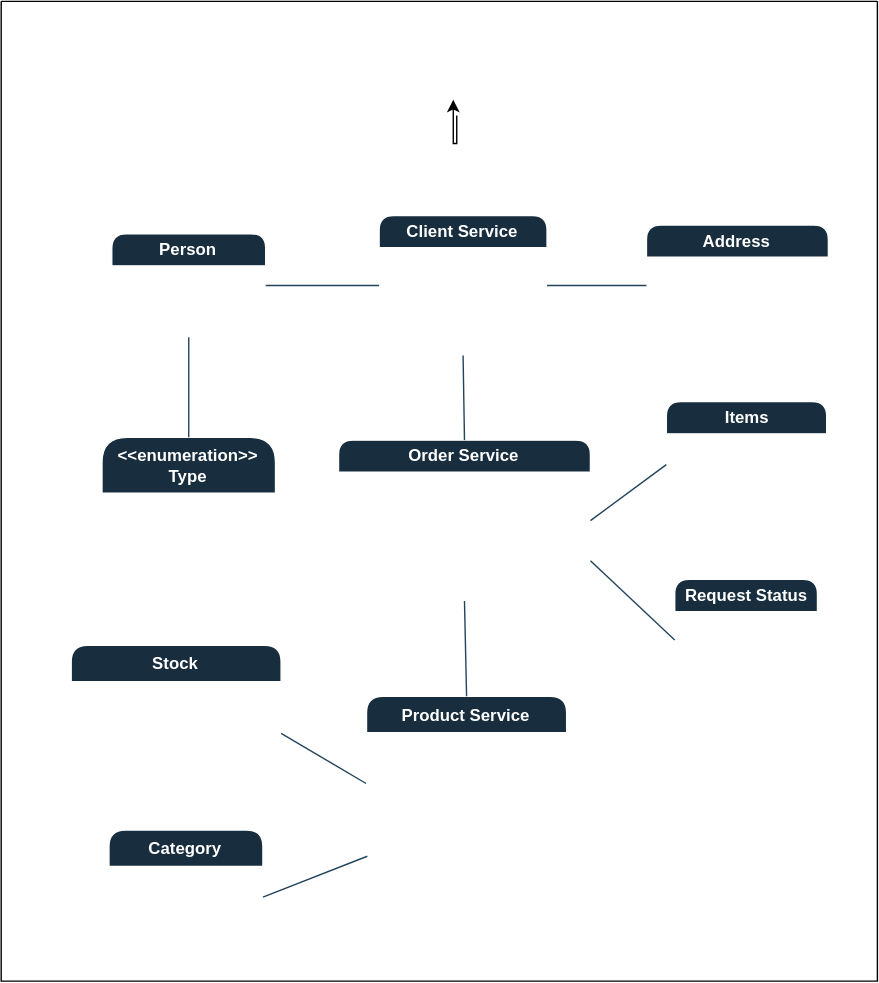
romulomotadev/portfolio-msorderservice-v2 keeps this draw.io diagram as docs/diagram-msorderservice-apis.svg. Above is the earlier version. Source tidied: cells renumbered, new cells last; positions are measured from the earlier drawing's top-left corner, leaving out a move shared by most shapes.
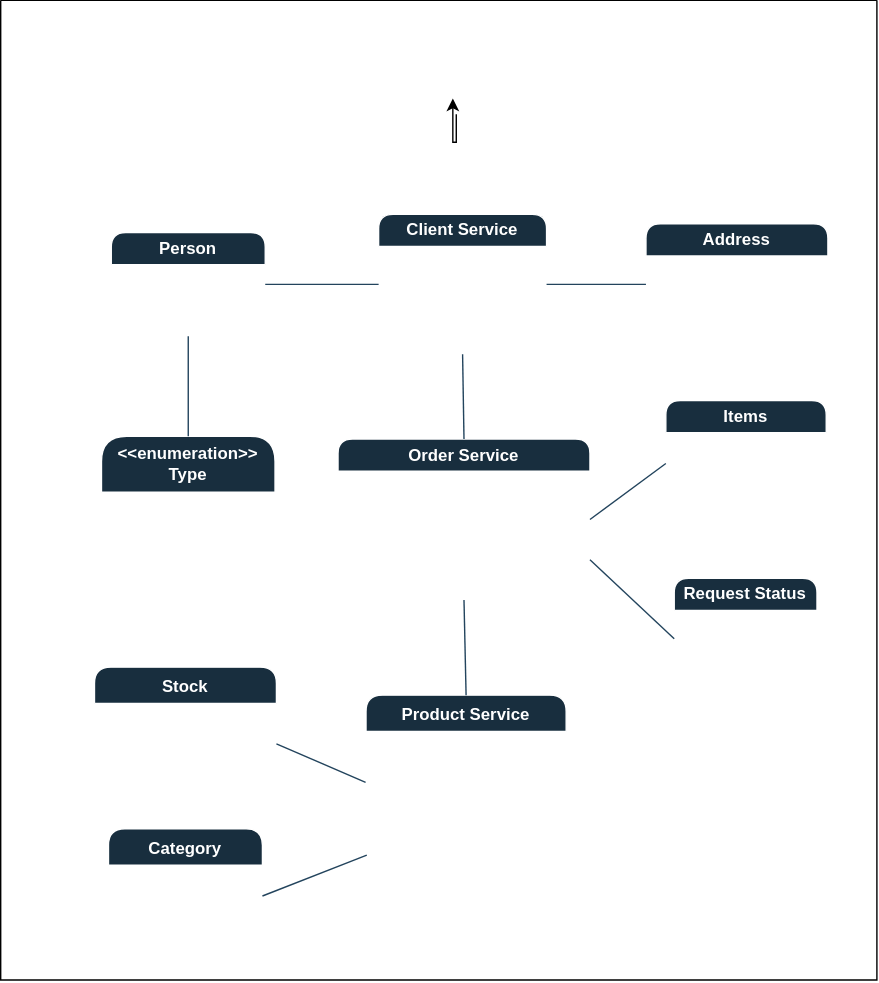
Above is the later version.

Diff of the diagram source:
```diff
@@ -102,13 +102,13 @@
       <mxGeometry relative="1" as="geometry" />
     </mxCell>
     <mxCell id="34" value="Stock" style="swimlane;fontStyle=1;align=center;verticalAlign=top;horizontal=1;startSize=26;whiteSpace=wrap;html=1;rounded=1;labelBorderColor=none;labelBackgroundColor=none;fillColor=light-dark(#182E3E,#FFF2CC);strokeColor=#FFFFFF;fontColor=#FFFFFF;" parent="2" vertex="1">
-      <mxGeometry x="50" y="460" width="150" height="100" as="geometry" />
+      <mxGeometry x="67" y="476.5" width="130" height="83.5" as="geometry" />
     </mxCell>
-    <mxCell id="35" value="&lt;div&gt;- &lt;span style=&quot;background-color: transparent;&quot;&gt;&amp;lt;&amp;lt;pk&amp;gt;&amp;gt;&lt;/span&gt;&lt;span style=&quot;background-color: transparent;&quot;&gt;id: Long&lt;/span&gt;&lt;span style=&quot;font-size: 12px;&quot;&gt;&lt;/span&gt;&lt;/div&gt;&lt;div&gt;&lt;span style=&quot;font-size: 12px;&quot;&gt;- productId: Long&lt;/span&gt;&lt;/div&gt;&lt;div&gt;&lt;span style=&quot;font-size: 12px;&quot;&gt;- quantity: Integer&lt;/span&gt;&lt;/div&gt;&lt;div&gt;&lt;span style=&quot;font-size: 12px;&quot;&gt;- minimumStock: Integer&lt;/span&gt;&lt;/div&gt;&lt;div&gt;&lt;br&gt;&lt;/div&gt;" style="text;strokeColor=none;fillColor=none;align=left;verticalAlign=top;spacingLeft=4;spacingRight=4;overflow=hidden;points=[[0,0.5],[1,0.5]];portConstraint=eastwest;whiteSpace=wrap;html=1;rounded=1;labelBorderColor=none;labelBackgroundColor=none;fontColor=#FFFFFF;" parent="34" vertex="1">
-      <mxGeometry y="26" width="150" height="74" as="geometry" />
+    <mxCell id="35" value="&lt;div&gt;- &lt;span style=&quot;background-color: transparent;&quot;&gt;&amp;lt;&amp;lt;pk&amp;gt;&amp;gt;&lt;/span&gt;&lt;span style=&quot;background-color: transparent;&quot;&gt;id: Long&lt;/span&gt;&lt;span style=&quot;font-size: 12px;&quot;&gt;&lt;/span&gt;&lt;/div&gt;&lt;div&gt;&lt;span style=&quot;background-color: transparent; color: light-dark(rgb(255, 255, 255), rgb(18, 18, 18));&quot;&gt;- quantity: Integer&lt;/span&gt;&lt;/div&gt;&lt;div&gt;&lt;span style=&quot;font-size: 12px;&quot;&gt;- minQuantity: Integer&lt;/span&gt;&lt;/div&gt;&lt;div&gt;&lt;br&gt;&lt;/div&gt;" style="text;strokeColor=none;fillColor=none;align=left;verticalAlign=top;spacingLeft=4;spacingRight=4;overflow=hidden;points=[[0,0.5],[1,0.5]];portConstraint=eastwest;whiteSpace=wrap;html=1;rounded=1;labelBorderColor=none;labelBackgroundColor=none;fontColor=#FFFFFF;" parent="34" vertex="1">
+      <mxGeometry y="26" width="130" height="57.5" as="geometry" />
     </mxCell>
     <mxCell id="36" value="&lt;font style=&quot;font-size: 12px;&quot;&gt;1:1&lt;/font&gt;" style="text;html=1;whiteSpace=wrap;strokeColor=none;fillColor=none;align=center;verticalAlign=middle;rounded=1;fontSize=16;labelBorderColor=none;labelBackgroundColor=none;fontColor=#FFFFFF;" parent="2" vertex="1">
-      <mxGeometry x="203" y="509.5" width="15" height="10" as="geometry" />
+      <mxGeometry x="192" y="519.5" width="23" height="10" as="geometry" />
     </mxCell>
     <mxCell id="37" style="endArrow=none;html=1;rounded=1;exitX=1;exitY=0.5;exitDx=0;exitDy=0;entryX=-0.002;entryY=0.271;entryDx=0;entryDy=0;entryPerimeter=0;labelBorderColor=none;fontColor=default;labelBackgroundColor=none;strokeColor=#23445D;" parent="2" edge="1" source="35" target="28">
       <mxGeometry relative="1" as="geometry" />
```
